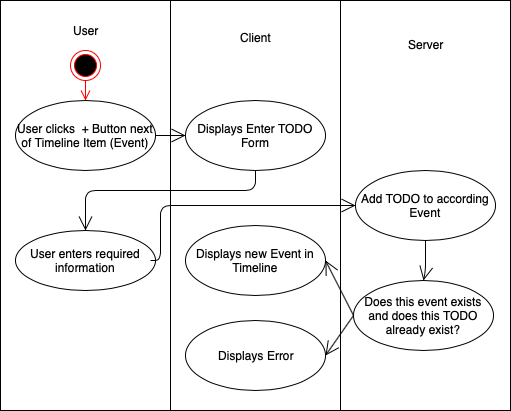
The draw.io diagram doc/activity-diagrams/ActivityDiagram_EVENT.png in gnaatz/evendo, before a commit. Source tidied: cells renumbered, new cells last; positions are measured from the earlier drawing's top-left corner, leaving out a move shared by most shapes.
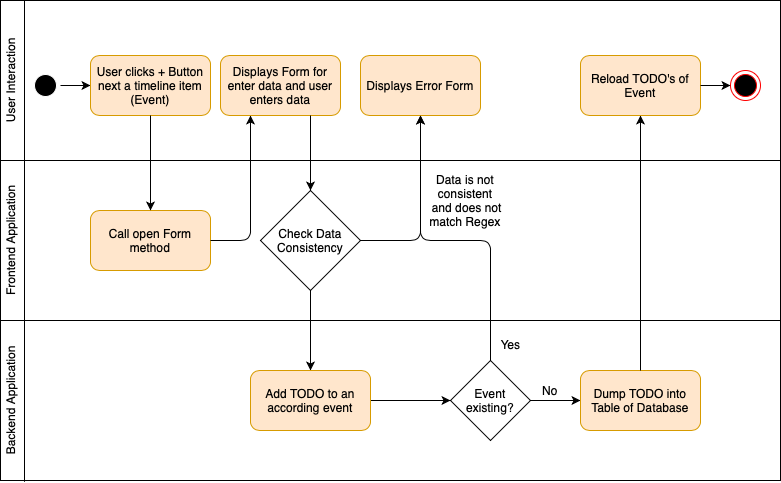
After the commit.

Commit message:
Renewed AcitvityDiagrams

What changed in the source:
```diff
@@ -2,75 +2,124 @@
   <root>
     <mxCell id="0" />
     <mxCell id="1" parent="0" />
-    <mxCell id="2" value="User&lt;br&gt;&lt;br&gt;&lt;br&gt;&lt;br&gt;&lt;br&gt;&lt;br&gt;&lt;br&gt;&lt;br&gt;&lt;br&gt;&lt;br&gt;&lt;br&gt;&lt;br&gt;&lt;br&gt;&lt;br&gt;&lt;br&gt;&lt;br&gt;&lt;br&gt;&lt;br&gt;&lt;br&gt;&lt;br&gt;&lt;br&gt;&lt;br&gt;&lt;br&gt;&lt;br&gt;&lt;br&gt;&lt;br&gt;" style="html=1;" parent="1" vertex="1">
-      <mxGeometry width="170" height="410" as="geometry" />
-    </mxCell>
-    <mxCell id="3" style="ellipse;html=1;shape=endState;fillColor=#000000;strokeColor=#ff0000;" parent="1" vertex="1">
-      <mxGeometry x="70" y="50" width="30" height="30" as="geometry" />
-    </mxCell>
-    <mxCell id="4" value="Client&lt;br&gt;&lt;br&gt;&lt;br&gt;&lt;br&gt;&lt;br&gt;&lt;br&gt;&lt;br&gt;&lt;br&gt;&lt;br&gt;&lt;br&gt;&lt;br&gt;&lt;br&gt;&lt;br&gt;&lt;br&gt;&lt;br&gt;&lt;br&gt;&lt;br&gt;&lt;br&gt;&lt;br&gt;&lt;br&gt;&lt;br&gt;&lt;br&gt;&lt;br&gt;&lt;br&gt;&lt;br&gt;" style="html=1;" parent="1" vertex="1">
-      <mxGeometry x="170" width="170" height="410" as="geometry" />
-    </mxCell>
-    <mxCell id="5" value="Server&lt;br&gt;&lt;br&gt;&lt;br&gt;&lt;br&gt;&lt;br&gt;&lt;br&gt;&lt;br&gt;&lt;br&gt;&lt;br&gt;&lt;br&gt;&lt;br&gt;&lt;br&gt;&lt;br&gt;&lt;br&gt;&lt;br&gt;&lt;br&gt;&lt;br&gt;&lt;br&gt;&lt;br&gt;&lt;br&gt;&lt;br&gt;&lt;br&gt;&lt;br&gt;&lt;br&gt;" style="html=1;" parent="1" vertex="1">
-      <mxGeometry x="340" width="170" height="410" as="geometry" />
-    </mxCell>
-    <mxCell id="6" value="User clicks &amp;nbsp;+ Button next of Timeline Item (Event)" style="ellipse;whiteSpace=wrap;html=1;" parent="1" vertex="1">
-      <mxGeometry x="15" y="100" width="140" height="70" as="geometry" />
-    </mxCell>
-    <mxCell id="7" value="User enters required information" style="ellipse;whiteSpace=wrap;html=1;" parent="1" vertex="1">
-      <mxGeometry x="15" y="230" width="140" height="60" as="geometry" />
-    </mxCell>
-    <mxCell id="8" style="edgeStyle=orthogonalEdgeStyle;html=1;verticalAlign=bottom;endArrow=open;endSize=8;strokeColor=#ff0000;exitX=0.5;exitY=1;exitDx=0;exitDy=0;entryX=0.5;entryY=0;entryDx=0;entryDy=0;" parent="1" edge="1" source="3" target="6">
-      <mxGeometry relative="1" as="geometry" />
-    </mxCell>
-    <mxCell id="9" value="Displays Error" style="ellipse;whiteSpace=wrap;html=1;" parent="1" vertex="1">
-      <mxGeometry x="185" y="320" width="140" height="70" as="geometry" />
-    </mxCell>
-    <mxCell id="10" value="Displays Enter TODO Form" style="ellipse;whiteSpace=wrap;html=1;" parent="1" vertex="1">
-      <mxGeometry x="185" y="100" width="140" height="70" as="geometry" />
-    </mxCell>
-    <mxCell id="11" style="endArrow=open;endFill=1;endSize=12;html=1;exitX=1;exitY=0.5;exitDx=0;exitDy=0;entryX=0;entryY=0.5;entryDx=0;entryDy=0;" parent="1" edge="1" source="6" target="10">
-      <mxGeometry relative="1" as="geometry" />
-    </mxCell>
-    <mxCell id="12" style="endArrow=open;endFill=1;endSize=12;html=1;exitX=0.5;exitY=1;exitDx=0;exitDy=0;entryX=0.5;entryY=0;entryDx=0;entryDy=0;" parent="1" edge="1" source="10" target="7">
-      <mxGeometry relative="1" as="geometry">
-        <Array as="points">
-          <mxPoint x="255" y="190" />
-          <mxPoint x="85" y="190" />
-        </Array>
-      </mxGeometry>
-    </mxCell>
-    <mxCell id="13" value="Displays new Event in Timeline" style="ellipse;whiteSpace=wrap;html=1;" parent="1" vertex="1">
-      <mxGeometry x="185" y="225" width="140" height="70" as="geometry" />
-    </mxCell>
-    <mxCell id="14" value="Add TODO to according Event" style="ellipse;whiteSpace=wrap;html=1;" parent="1" vertex="1">
-      <mxGeometry x="355" y="170" width="140" height="70" as="geometry" />
-    </mxCell>
-    <mxCell id="15" style="endArrow=open;endFill=1;endSize=12;html=1;entryX=0;entryY=0.5;entryDx=0;entryDy=0;" parent="1" edge="1" target="14">
-      <mxGeometry relative="1" as="geometry">
-        <mxPoint x="150" y="260" as="sourcePoint" />
-        <Array as="points">
-          <mxPoint x="160" y="260" />
-          <mxPoint x="160" y="205" />
-          <mxPoint x="290" y="205" />
-        </Array>
-      </mxGeometry>
-    </mxCell>
-    <mxCell id="16" style="endArrow=open;endFill=1;endSize=12;html=1;exitX=0.5;exitY=1;exitDx=0;exitDy=0;entryX=0.5;entryY=0;entryDx=0;entryDy=0;" parent="1" edge="1" source="14" target="17">
-      <mxGeometry relative="1" as="geometry">
-        <Array as="points">
-          <mxPoint x="425" y="270" />
-        </Array>
-      </mxGeometry>
-    </mxCell>
-    <mxCell id="17" value="Does this event exists and does this TODO already exist?" style="ellipse;whiteSpace=wrap;html=1;" parent="1" vertex="1">
-      <mxGeometry x="353" y="280" width="140" height="70" as="geometry" />
-    </mxCell>
-    <mxCell id="18" style="endArrow=open;endFill=1;endSize=12;html=1;exitX=0;exitY=0.5;exitDx=0;exitDy=0;entryX=1;entryY=0.5;entryDx=0;entryDy=0;" parent="1" edge="1" source="17" target="13">
-      <mxGeometry relative="1" as="geometry" />
-    </mxCell>
-    <mxCell id="19" style="endArrow=open;endFill=1;endSize=12;html=1;entryX=1;entryY=0.5;entryDx=0;entryDy=0;exitX=0;exitY=0.5;exitDx=0;exitDy=0;" parent="1" edge="1" source="17" target="9">
-      <mxGeometry relative="1" as="geometry" />
-    </mxCell>
+    <mxCell id="20" style="rounded=0;whiteSpace=wrap;html=1;" parent="1" vertex="1">
+      <mxGeometry x="80" y="40" width="780" height="160" as="geometry" />
+    </mxCell>
+    <mxCell id="21" style="rounded=0;whiteSpace=wrap;html=1;fillColor=#ffffff;" parent="1" vertex="1">
+      <mxGeometry x="80" y="200" width="780" height="160" as="geometry" />
+    </mxCell>
+    <mxCell id="22" value="User Interaction" style="text;html=1;strokeColor=none;fillColor=none;align=center;verticalAlign=middle;whiteSpace=wrap;rounded=0;rotation=-90;" parent="1" vertex="1">
+      <mxGeometry x="30" y="110" width="120" height="20" as="geometry" />
+    </mxCell>
+    <mxCell id="23" value="Frontend&amp;nbsp;Application" style="text;html=1;strokeColor=none;fillColor=none;align=center;verticalAlign=middle;whiteSpace=wrap;rounded=0;rotation=-90;" parent="1" vertex="1">
+      <mxGeometry x="15" y="270" width="150" height="20" as="geometry" />
+    </mxCell>
+    <mxCell id="24" style="rounded=0;whiteSpace=wrap;html=1;" parent="1" vertex="1">
+      <mxGeometry x="80" y="360" width="780" height="160" as="geometry" />
+    </mxCell>
+    <mxCell id="25" style="endArrow=none;html=1;" parent="1" edge="1">
+      <mxGeometry relative="1" as="geometry">
+        <mxPoint x="104" y="521" as="sourcePoint" />
+        <mxPoint x="104" y="40" as="targetPoint" />
+      </mxGeometry>
+    </mxCell>
+    <mxCell id="26" value="Backend Application" style="text;html=1;strokeColor=none;fillColor=none;align=center;verticalAlign=middle;whiteSpace=wrap;rounded=0;rotation=-90;" parent="1" vertex="1">
+      <mxGeometry x="15" y="430" width="150" height="20" as="geometry" />
+    </mxCell>
+    <mxCell id="27" style="edgeStyle=orthogonalEdgeStyle;rounded=0;jettySize=auto;html=1;strokeColor=#000000;entryX=0;entryY=0.5;entryDx=0;entryDy=0;" parent="1" edge="1" source="28" target="30">
+      <mxGeometry relative="1" as="geometry" />
+    </mxCell>
+    <mxCell id="28" style="ellipse;html=1;shape=startState;fillColor=#000000;strokeColor=#FFFFFF;" parent="1" vertex="1">
+      <mxGeometry x="110" y="110" width="30" height="30" as="geometry" />
+    </mxCell>
+    <mxCell id="29" value="Check Data Consistency" style="rhombus;whiteSpace=wrap;html=1;" parent="1" vertex="1">
+      <mxGeometry x="340" y="230" width="100" height="100" as="geometry" />
+    </mxCell>
+    <mxCell id="30" value="User clicks + Button next a timeline item (Event)" style="rounded=1;whiteSpace=wrap;html=1;strokeColor=#d79b00;fillColor=#ffe6cc;" parent="1" vertex="1">
+      <mxGeometry x="170" y="95" width="120" height="60" as="geometry" />
+    </mxCell>
+    <mxCell id="31" value="Call open Form method" style="rounded=1;whiteSpace=wrap;html=1;strokeColor=#d79b00;fillColor=#ffe6cc;" parent="1" vertex="1">
+      <mxGeometry x="170" y="250" width="120" height="60" as="geometry" />
+    </mxCell>
+    <mxCell id="32" style="endArrow=classic;html=1;strokeColor=#000000;exitX=0.5;exitY=1;exitDx=0;exitDy=0;entryX=0.5;entryY=0;entryDx=0;entryDy=0;" parent="1" edge="1" source="30" target="31">
+      <mxGeometry relative="1" as="geometry" />
+    </mxCell>
+    <mxCell id="33" style="endArrow=classic;html=1;strokeColor=#000000;exitX=1;exitY=0.5;exitDx=0;exitDy=0;entryX=0.25;entryY=1;entryDx=0;entryDy=0;" parent="1" edge="1" source="31" target="34">
+      <mxGeometry relative="1" as="geometry">
+        <Array as="points">
+          <mxPoint x="330" y="280" />
+        </Array>
+      </mxGeometry>
+    </mxCell>
+    <mxCell id="34" value="Displays Form for enter data and user enters data" style="rounded=1;whiteSpace=wrap;html=1;fillColor=#ffe6cc;strokeColor=#d79b00;" parent="1" vertex="1">
+      <mxGeometry x="300" y="95" width="120" height="60" as="geometry" />
+    </mxCell>
+    <mxCell id="35" style="endArrow=classic;html=1;strokeColor=#000000;exitX=0.75;exitY=1;exitDx=0;exitDy=0;entryX=0.5;entryY=0;entryDx=0;entryDy=0;" parent="1" edge="1" source="34" target="29">
+      <mxGeometry relative="1" as="geometry" />
+    </mxCell>
+    <mxCell id="36" style="endArrow=classic;html=1;strokeColor=#000000;exitX=1;exitY=0.5;exitDx=0;exitDy=0;entryX=0.5;entryY=1;entryDx=0;entryDy=0;" parent="1" edge="1" source="29" target="37">
+      <mxGeometry relative="1" as="geometry">
+        <Array as="points">
+          <mxPoint x="500" y="280" />
+        </Array>
+      </mxGeometry>
+    </mxCell>
+    <mxCell id="37" value="Displays Error Form" style="rounded=1;whiteSpace=wrap;html=1;strokeColor=#d79b00;fillColor=#ffe6cc;" parent="1" vertex="1">
+      <mxGeometry x="440" y="95" width="120" height="60" as="geometry" />
+    </mxCell>
+    <mxCell id="38" value="Data is not consistent &amp;nbsp;and does not match Regex" style="text;html=1;strokeColor=none;fillColor=none;align=center;verticalAlign=middle;whiteSpace=wrap;rounded=0;" parent="1" vertex="1">
+      <mxGeometry x="505" y="220" width="80" height="40" as="geometry" />
+    </mxCell>
+    <mxCell id="39" style="endArrow=classic;html=1;strokeColor=#000000;exitX=0.5;exitY=1;exitDx=0;exitDy=0;" parent="1" edge="1" source="29" target="41">
+      <mxGeometry relative="1" as="geometry">
+        <Array as="points">
+          <mxPoint x="390" y="350" />
+          <mxPoint x="390" y="390" />
+        </Array>
+      </mxGeometry>
+    </mxCell>
+    <mxCell id="40" style="edgeStyle=orthogonalEdgeStyle;rounded=0;jettySize=auto;html=1;strokeColor=#000000;" parent="1" edge="1" source="41">
+      <mxGeometry relative="1" as="geometry">
+        <mxPoint x="530" y="440" as="targetPoint" />
+      </mxGeometry>
+    </mxCell>
+    <mxCell id="41" value="Add TODO to an according event" style="rounded=1;whiteSpace=wrap;html=1;fillColor=#ffe6cc;strokeColor=#d79b00;" parent="1" vertex="1">
+      <mxGeometry x="330" y="410" width="120" height="60" as="geometry" />
+    </mxCell>
+    <mxCell id="42" value="Event existing?" style="rhombus;whiteSpace=wrap;html=1;strokeColor=#000000;fillColor=#ffffff;" parent="1" vertex="1">
+      <mxGeometry x="530" y="400" width="80" height="80" as="geometry" />
+    </mxCell>
+    <mxCell id="43" style="endArrow=classic;html=1;strokeColor=#000000;exitX=0.5;exitY=0;exitDx=0;exitDy=0;entryX=0.5;entryY=1;entryDx=0;entryDy=0;" parent="1" edge="1" source="42" target="37">
+      <mxGeometry relative="1" as="geometry">
+        <Array as="points">
+          <mxPoint x="570" y="280" />
+          <mxPoint x="500" y="280" />
+        </Array>
+      </mxGeometry>
+    </mxCell>
+    <mxCell id="44" value="Yes" style="text;html=1;align=center;verticalAlign=middle;" parent="1" vertex="1">
+      <mxGeometry x="570" y="374" width="40" height="20" as="geometry" />
+    </mxCell>
+    <mxCell id="45" style="endArrow=classic;html=1;strokeColor=#000000;exitX=1;exitY=0.5;exitDx=0;exitDy=0;" parent="1" edge="1" source="42" target="46">
+      <mxGeometry relative="1" as="geometry" />
+    </mxCell>
+    <mxCell id="46" value="Dump TODO into Table of Database" style="rounded=1;whiteSpace=wrap;html=1;fillColor=#ffe6cc;strokeColor=#d79b00;" parent="1" vertex="1">
+      <mxGeometry x="660" y="410" width="120" height="60" as="geometry" />
+    </mxCell>
+    <mxCell id="47" value="No" style="text;html=1;strokeColor=none;fillColor=none;align=center;verticalAlign=middle;whiteSpace=wrap;rounded=0;" parent="1" vertex="1">
+      <mxGeometry x="610" y="420" width="40" height="20" as="geometry" />
+    </mxCell>
+    <mxCell id="48" style="endArrow=classic;html=1;strokeColor=#000000;exitX=0.5;exitY=0;exitDx=0;exitDy=0;" parent="1" edge="1" source="46" target="49">
+      <mxGeometry relative="1" as="geometry" />
+    </mxCell>
+    <mxCell id="49" value="Reload TODO's of Event" style="rounded=1;whiteSpace=wrap;html=1;strokeColor=#d79b00;fillColor=#ffe6cc;" parent="1" vertex="1">
+      <mxGeometry x="660" y="95" width="120" height="60" as="geometry" />
+    </mxCell>
+    <mxCell id="50" style="ellipse;html=1;shape=endState;fillColor=#000000;strokeColor=#ff0000;" parent="1" vertex="1">
+      <mxGeometry x="810" y="110" width="30" height="30" as="geometry" />
+    </mxCell>
+    <mxCell id="51" style="endArrow=classic;html=1;strokeColor=#000000;entryX=0;entryY=0.5;entryDx=0;entryDy=0;exitX=1;exitY=0.5;exitDx=0;exitDy=0;" parent="1" edge="1" source="49" target="50">
+      <mxGeometry relative="1" as="geometry" />
+    </mxCell>
   </root>
 </mxGraphModel>
```
